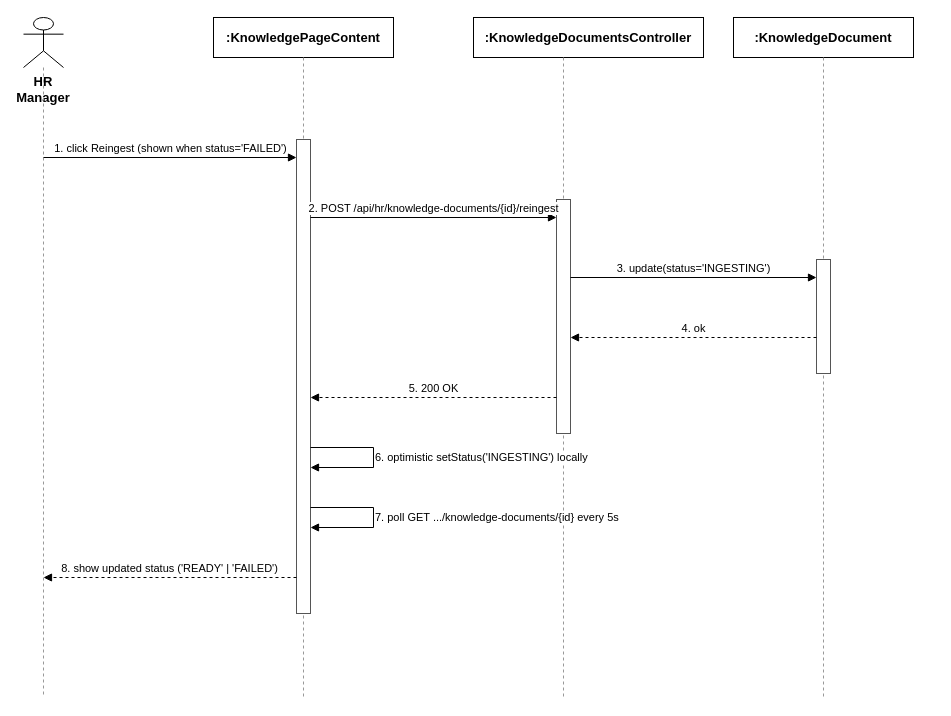
This is docs/qa/SequenceDiagram/08_KnowledgeBaseManagement_ReingestDocument.drawio from tulklk/AI_Interview_Question_Generation_RAG_LLM_FE, a draw.io file, before an edit. Source tidied: cells renumbered, new cells numbered last; positions are measured from the earlier drawing's top-left corner, leaving out a move shared by most shapes. Both pictures are drawn from the tidied source at 100%, with x=0, y=0 at pixel (23, 17).
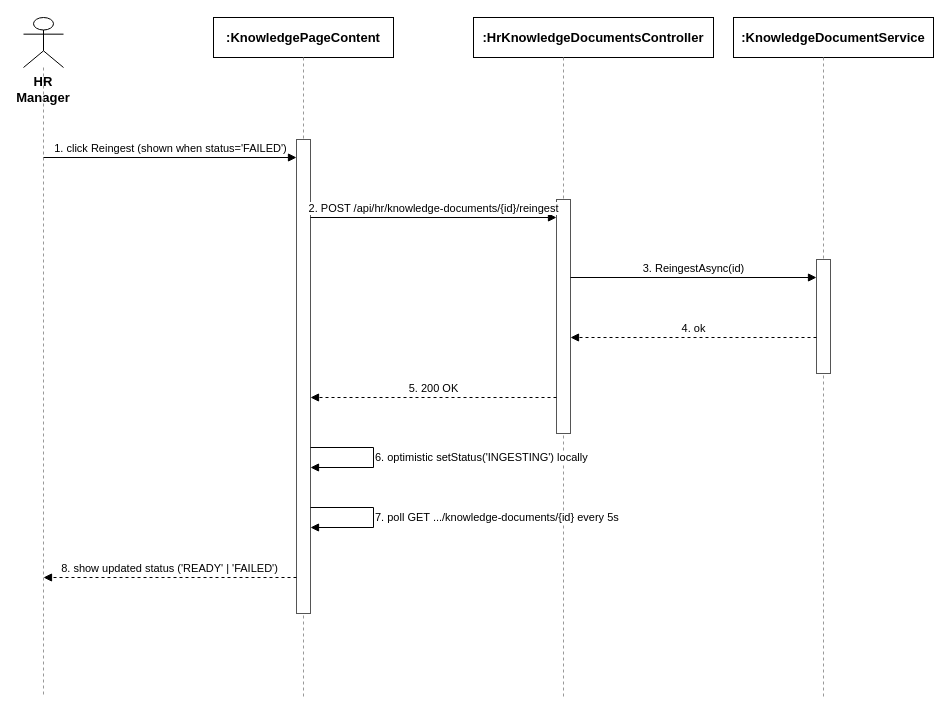
Above is the later version.

Commit message (it also covers changes not shown here):
docs(qa): correct JD Management and Knowledge Base diagrams against real BE service classes

Change to the diagram source:
```diff
@@
-    <mxCell id="6" value=":KnowledgeDocumentsController" style="rounded=0;whiteSpace=wrap;html=1;fontSize=13;fillColor=#ffffff;strokeColor=#000000;fontStyle=1;" parent="1" vertex="1">
-      <mxGeometry x="450" width="230" height="40" as="geometry" />
+    <mxCell id="6" value=":HrKnowledgeDocumentsController" style="rounded=0;whiteSpace=wrap;html=1;fontSize=13;fillColor=#ffffff;strokeColor=#000000;fontStyle=1;" parent="1" vertex="1">
+      <mxGeometry x="450" width="240" height="40" as="geometry" />
     </mxCell>
@@
-    <mxCell id="8" value=":KnowledgeDocument" style="rounded=0;whiteSpace=wrap;html=1;fontSize=13;fillColor=#ffffff;strokeColor=#000000;fontStyle=1;" parent="1" vertex="1">
-      <mxGeometry x="710" width="180" height="40" as="geometry" />
+    <mxCell id="8" value=":KnowledgeDocumentService" style="rounded=0;whiteSpace=wrap;html=1;fontSize=13;fillColor=#ffffff;strokeColor=#000000;fontStyle=1;" parent="1" vertex="1">
+      <mxGeometry x="710" width="200" height="40" as="geometry" />
     </mxCell>
@@
-    <mxCell id="15" value="3. update(status='INGESTING')" style="endArrow=block;endFill=1;html=1;fontSize=11;align=center;verticalAlign=bottom;labelBackgroundColor=#ffffff;strokeColor=#000000;" parent="1" edge="1">
+    <mxCell id="15" value="3. ReingestAsync(id)" style="endArrow=block;endFill=1;html=1;fontSize=11;align=center;verticalAlign=bottom;labelBackgroundColor=#ffffff;strokeColor=#000000;" parent="1" edge="1">
       <mxGeometry relative="1" as="geometry">
         <mxPoint x="547" y="260" as="sourcePoint" />
         <mxPoint x="793" y="260" as="targetPoint" />
       </mxGeometry>
     </mxCell>
```
